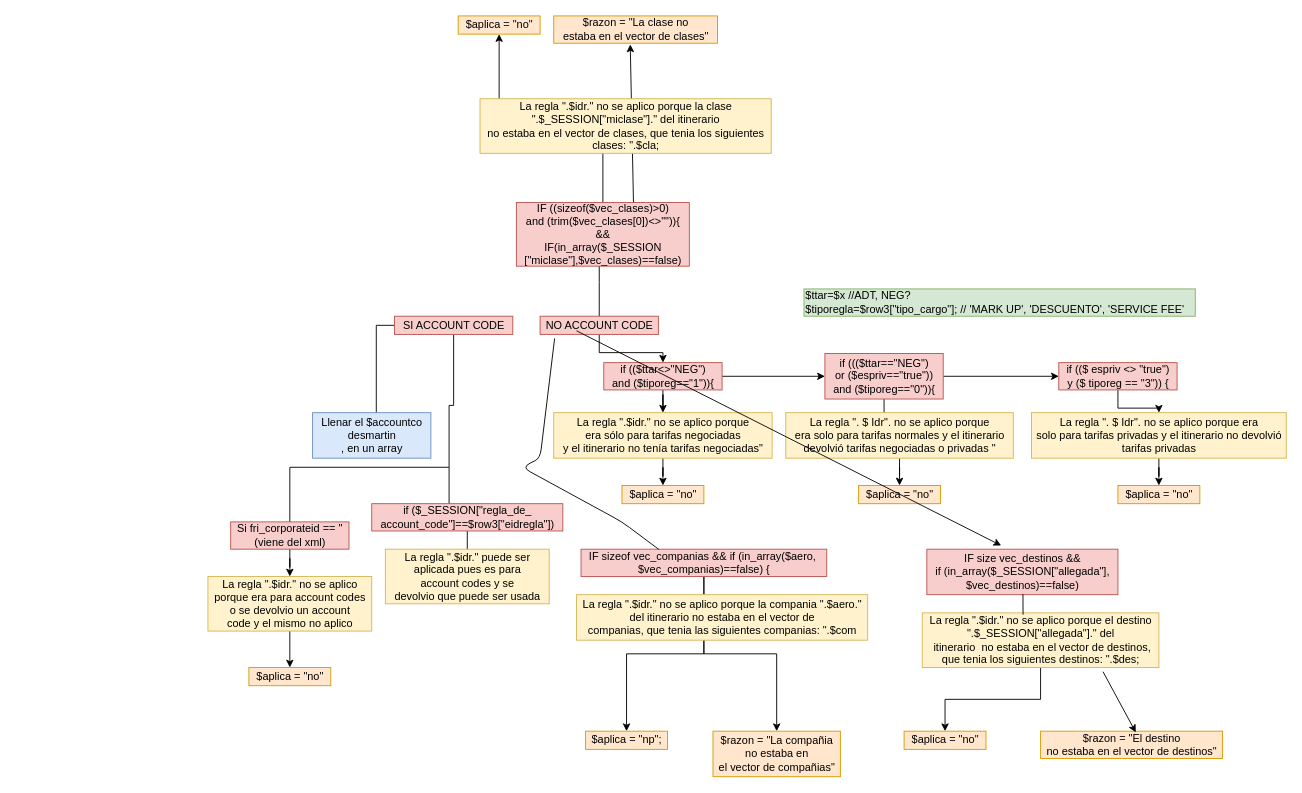
This is Untitled Diagram.drawio from tomaslvidal/bootstrap-4-setting-and-diagram-use, a draw.io file, before an edit. Source tidied: cells renumbered, new cells numbered last; positions are measured from the earlier drawing's top-left corner, leaving out a move shared by most shapes. Both pictures are drawn from the tidied source at 91%, with x=0, y=0 at pixel (207, 15).
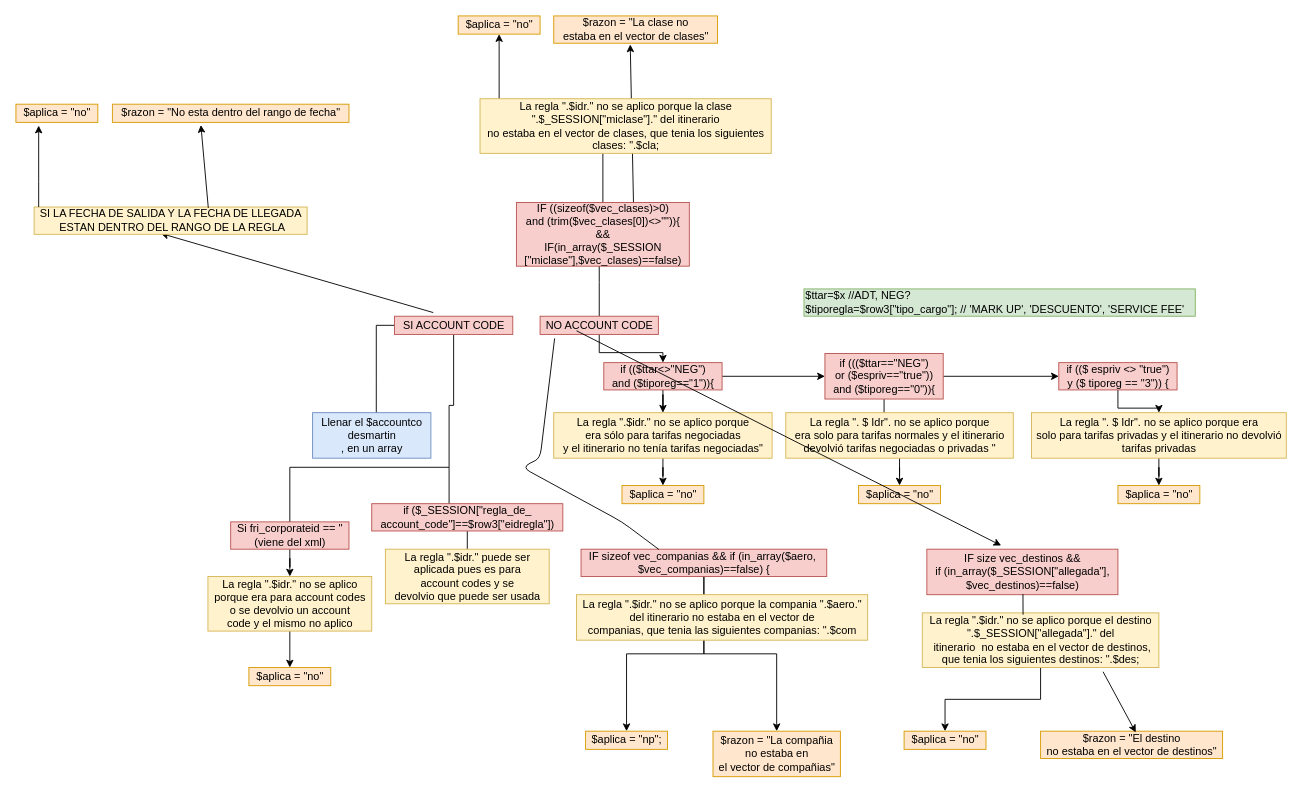
After the change.

Commit message:
Si tiene ACCOUNT CODE.drawio

Unchanged cells that the change refers to:
```xml
<mxCell id="4" value="SI ACCOUNT CODE&lt;br&gt;" style="text;html=1;align=center;verticalAlign=middle;points=[];fillColor=#f8cecc;strokeColor=#b85450;" parent="1" vertex="1">
  <mxGeometry x="205" y="330" width="130" height="20" as="geometry" />
</mxCell>
```

Diff of the diagram source:
```diff
@@
+    <mxCell id="57" style="endArrow=classic;html=1;strokeColor=#000000;exitX=0.328;exitY=-0.2;exitDx=0;exitDy=0;exitPerimeter=0;entryX=0.464;entryY=0.967;entryDx=0;entryDy=0;entryPerimeter=0;" parent="1" edge="1" source="4" target="58">
+      <mxGeometry relative="1" as="geometry" />
+    </mxCell>
+    <mxCell id="58" value="SI LA FECHA DE SALIDA Y LA FECHA DE LLEGADA&lt;br&gt;&amp;nbsp;ESTAN DENTRO DEL RANGO DE LA REGLA" style="text;html=1;align=center;verticalAlign=middle;points=[];fillColor=#fff2cc;strokeColor=#d6b656;" parent="1" vertex="1">
+      <mxGeometry x="-191" y="210" width="300" height="30" as="geometry" />
+    </mxCell>
+    <mxCell id="59" value="$razon = &quot;No esta dentro del rango de fecha&quot;" style="text;html=1;align=center;verticalAlign=middle;points=[];fillColor=#ffe6cc;strokeColor=#d79b00;" parent="1" vertex="1">
+      <mxGeometry x="-105" y="97" width="260" height="20" as="geometry" />
+    </mxCell>
+    <mxCell id="60" value="$aplica = &quot;no&quot;" style="text;html=1;align=center;verticalAlign=middle;fillColor=#ffe6cc;strokeColor=#d79b00;" parent="1" vertex="1">
+      <mxGeometry x="-211" y="97" width="90" height="20" as="geometry" />
+    </mxCell>
+    <mxCell id="61" style="edgeStyle=orthogonalEdgeStyle;rounded=0;orthogonalLoop=1;jettySize=auto;html=1;" parent="1" edge="1">
+      <mxGeometry relative="1" as="geometry">
+        <mxPoint x="-186" y="210" as="sourcePoint" />
+        <mxPoint x="-186" y="120.5" as="targetPoint" />
+        <Array as="points">
+          <mxPoint x="-186" y="182" />
+          <mxPoint x="-186" y="182" />
+        </Array>
+      </mxGeometry>
+    </mxCell>
+    <mxCell id="62" style="endArrow=classic;html=1;strokeColor=#000000;exitX=0.638;exitY=0.033;exitDx=0;exitDy=0;exitPerimeter=0;entryX=0.374;entryY=1.144;entryDx=0;entryDy=0;entryPerimeter=0;" parent="1" edge="1" source="58" target="59">
+      <mxGeometry relative="1" as="geometry" />
+    </mxCell>
```
